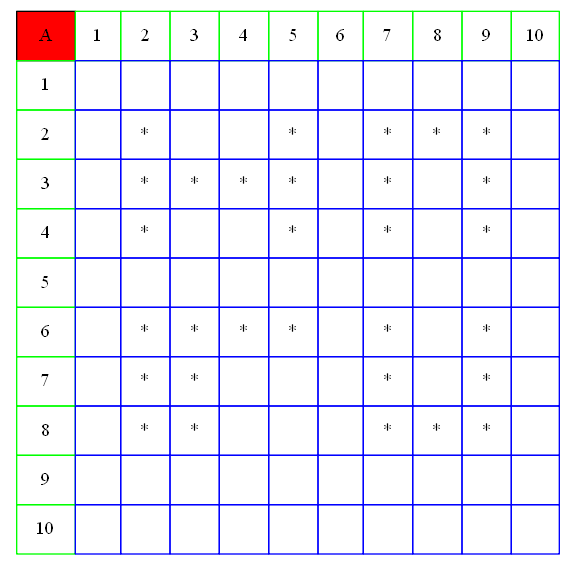
This is Resultado.dot.png from AbidelLux/Proyecto02_1S2021IPC2_JAMES, a Graphviz export, as it was before one commit. Its source is kept beside it as Resultado.dot.
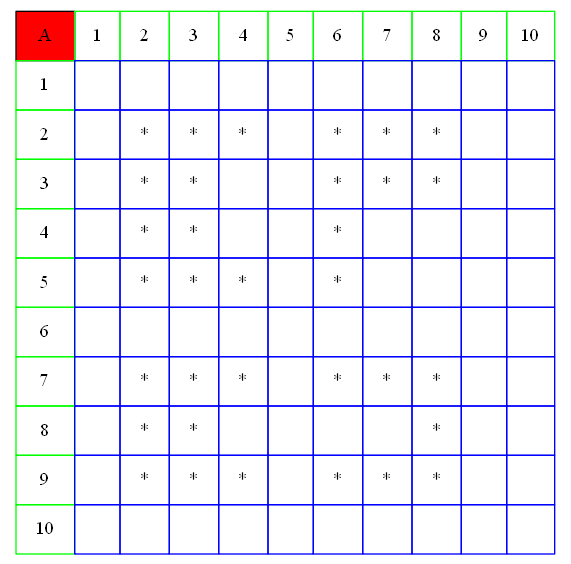
The same file after the commit.

What changed in the source:
```diff
@@ -7,14 +7,14 @@
 		<table border="0" color="green" cellpadding="10" cellborder="1" cellspacing="0">
 	<tr><td bgcolor = "red" color="black"> A </td><td color="green">1</td><td color="green">2</td><td color="green">3</td><td color="green">4</td><td color="green">5</td><td color="green">6</td><td color="green">7</td><td color="green">8</td><td color="green">9</td><td color="green">10</td></tr>
 			<tr><td color="green"> 1 </td><td color="blue">   </td><td color="blue">   </td><td color="blue">   </td><td color="blue">   </td><td color="blue">   </td><td color="blue">   </td><td color="blue">   </td><td color="blue">   </td><td color="blue">   </td><td color="blue">   </td></tr>
-			<tr><td color="green"> 2 </td><td color="blue">   </td><td color="blue"> * </td><td color="blue">   </td><td color="blue">   </td><td color="blue"> * </td><td color="blue">   </td><td color="blue"> * </td><td color="blue"> * </td><td color="blue"> * </td><td color="blue">   </td></tr>
-			<tr><td color="green"> 3 </td><td color="blue">   </td><td color="blue"> * </td><td color="blue"> * </td><td color="blue"> * </td><td color="blue"> * </td><td color="blue">   </td><td color="blue"> * </td><td color="blue">   </td><td color="blue"> * </td><td color="blue">   </td></tr>
-			<tr><td color="green"> 4 </td><td color="blue">   </td><td color="blue"> * </td><td color="blue">   </td><td color="blue">   </td><td color="blue"> * </td><td color="blue">   </td><td color="blue"> * </td><td color="blue">   </td><td color="blue"> * </td><td color="blue">   </td></tr>
-			<tr><td color="green"> 5 </td><td color="blue">   </td><td color="blue">   </td><td color="blue">   </td><td color="blue">   </td><td color="blue">   </td><td color="blue">   </td><td color="blue">   </td><td color="blue">   </td><td color="blue">   </td><td color="blue">   </td></tr>
-			<tr><td color="green"> 6 </td><td color="blue">   </td><td color="blue"> * </td><td color="blue"> * </td><td color="blue"> * </td><td color="blue"> * </td><td color="blue">   </td><td color="blue"> * </td><td color="blue">   </td><td color="blue"> * </td><td color="blue">   </td></tr>
-			<tr><td color="green"> 7 </td><td color="blue">   </td><td color="blue"> * </td><td color="blue"> * </td><td color="blue">   </td><td color="blue">   </td><td color="blue">   </td><td color="blue"> * </td><td color="blue">   </td><td color="blue"> * </td><td color="blue">   </td></tr>
-			<tr><td color="green"> 8 </td><td color="blue">   </td><td color="blue"> * </td><td color="blue"> * </td><td color="blue">   </td><td color="blue">   </td><td color="blue">   </td><td color="blue"> * </td><td color="blue"> * </td><td color="blue"> * </td><td color="blue">   </td></tr>
-			<tr><td color="green"> 9 </td><td color="blue">   </td><td color="blue">   </td><td color="blue">   </td><td color="blue">   </td><td color="blue">   </td><td color="blue">   </td><td color="blue">   </td><td color="blue">   </td><td color="blue">   </td><td color="blue">   </td></tr>
+			<tr><td color="green"> 2 </td><td color="blue">   </td><td color="blue"> * </td><td color="blue"> * </td><td color="blue"> * </td><td color="blue">   </td><td color="blue"> * </td><td color="blue"> * </td><td color="blue"> * </td><td color="blue">   </td><td color="blue">   </td></tr>
+			<tr><td color="green"> 3 </td><td color="blue">   </td><td color="blue"> * </td><td color="blue"> * </td><td color="blue">   </td><td color="blue">   </td><td color="blue"> * </td><td color="blue"> * </td><td color="blue"> * </td><td color="blue">   </td><td color="blue">   </td></tr>
+			<tr><td color="green"> 4 </td><td color="blue">   </td><td color="blue"> * </td><td color="blue"> * </td><td color="blue">   </td><td color="blue">   </td><td color="blue"> * </td><td color="blue">   </td><td color="blue">   </td><td color="blue">   </td><td color="blue">   </td></tr>
+			<tr><td color="green"> 5 </td><td color="blue">   </td><td color="blue"> * </td><td color="blue"> * </td><td color="blue"> * </td><td color="blue">   </td><td color="blue"> * </td><td color="blue">   </td><td color="blue">   </td><td color="blue">   </td><td color="blue">   </td></tr>
+			<tr><td color="green"> 6 </td><td color="blue">   </td><td color="blue">   </td><td color="blue">   </td><td color="blue">   </td><td color="blue">   </td><td color="blue">   </td><td color="blue">   </td><td color="blue">   </td><td color="blue">   </td><td color="blue">   </td></tr>
+			<tr><td color="green"> 7 </td><td color="blue">   </td><td color="blue"> * </td><td color="blue"> * </td><td color="blue"> * </td><td color="blue">   </td><td color="blue"> * </td><td color="blue"> * </td><td color="blue"> * </td><td color="blue">   </td><td color="blue">   </td></tr>
+			<tr><td color="green"> 8 </td><td color="blue">   </td><td color="blue"> * </td><td color="blue"> * </td><td color="blue">   </td><td color="blue">   </td><td color="blue">   </td><td color="blue">   </td><td color="blue"> * </td><td color="blue">   </td><td color="blue">   </td></tr>
+			<tr><td color="green"> 9 </td><td color="blue">   </td><td color="blue"> * </td><td color="blue"> * </td><td color="blue"> * </td><td color="blue">   </td><td color="blue"> * </td><td color="blue"> * </td><td color="blue"> * </td><td color="blue">   </td><td color="blue">   </td></tr>
 			<tr><td color="green"> 10 </td><td color="blue">   </td><td color="blue">   </td><td color="blue">   </td><td color="blue">   </td><td color="blue">   </td><td color="blue">   </td><td color="blue">   </td><td color="blue">   </td><td color="blue">   </td><td color="blue">   </td></tr>
 			</table>
 		>];
```
